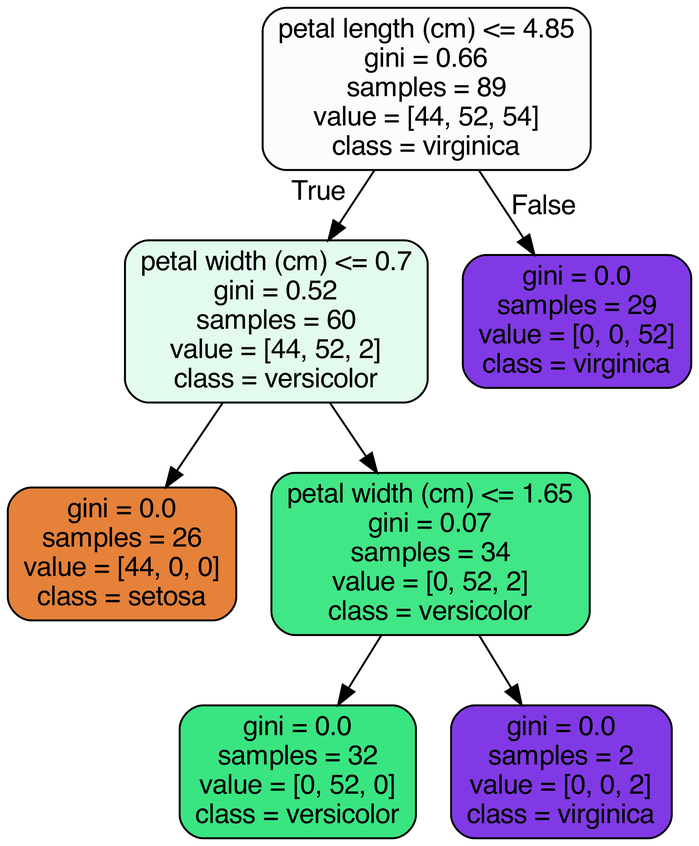
liz-atkin/CovidForest keeps this Graphviz diagram as RandomForest Covid Case Study_06302020/tree.png. Above is the earlier version. Its source is kept beside it as RandomForest Covid Case Study_06302020/tree.dot. Its diagram source:
```dot
digraph Tree {
node [shape=box, style="filled, rounded", color="black", fontname="helvetica"] ;
edge [fontname="helvetica"] ;
0 [label="petal length (cm) <= 4.85\ngini = 0.66\nsamples = 89\nvalue = [44, 52, 54]\nclass = virginica", fillcolor="#fcfbfe"] ;
1 [label="petal width (cm) <= 0.7\ngini = 0.52\nsamples = 60\nvalue = [44, 52, 2]\nclass = versicolor", fillcolor="#e2fbec"] ;
0 -> 1 [labeldistance=2.5, labelangle=45, headlabel="True"] ;
2 [label="gini = 0.0\nsamples = 26\nvalue = [44, 0, 0]\nclass = setosa", fillcolor="#e58139"] ;
1 -> 2 ;
3 [label="petal width (cm) <= 1.65\ngini = 0.07\nsamples = 34\nvalue = [0, 52, 2]\nclass = versicolor", fillcolor="#41e686"] ;
1 -> 3 ;
4 [label="gini = 0.0\nsamples = 32\nvalue = [0, 52, 0]\nclass = versicolor", fillcolor="#39e581"] ;
3 -> 4 ;
5 [label="gini = 0.0\nsamples = 2\nvalue = [0, 0, 2]\nclass = virginica", fillcolor="#8139e5"] ;
3 -> 5 ;
6 [label="gini = 0.0\nsamples = 29\nvalue = [0, 0, 52]\nclass = virginica", fillcolor="#8139e5"] ;
0 -> 6 [labeldistance=2.5, labelangle=-45, headlabel="False"] ;
}
```
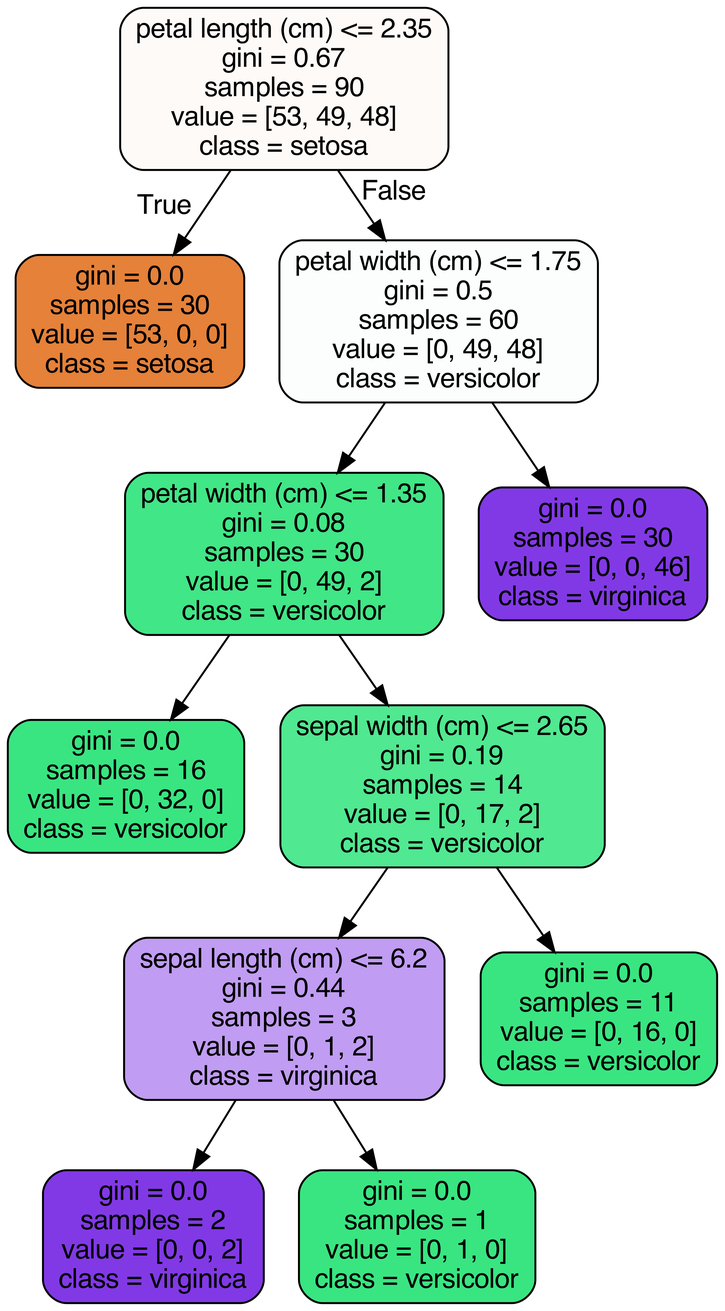
The same diagram one commit later.

The edit, as a diff of the source:
```diff
@@ -1,17 +1,25 @@
 digraph Tree {
 node [shape=box, style="filled, rounded", color="black", fontname="helvetica"] ;
 edge [fontname="helvetica"] ;
-0 [label="petal length (cm) <= 4.85\ngini = 0.66\nsamples = 89\nvalue = [44, 52, 54]\nclass = virginica", fillcolor="#fcfbfe"] ;
-1 [label="petal width (cm) <= 0.7\ngini = 0.52\nsamples = 60\nvalue = [44, 52, 2]\nclass = versicolor", fillcolor="#e2fbec"] ;
+0 [label="petal length (cm) <= 2.35\ngini = 0.67\nsamples = 90\nvalue = [53, 49, 48]\nclass = setosa", fillcolor="#fefaf7"] ;
+1 [label="gini = 0.0\nsamples = 30\nvalue = [53, 0, 0]\nclass = setosa", fillcolor="#e58139"] ;
 0 -> 1 [labeldistance=2.5, labelangle=45, headlabel="True"] ;
-2 [label="gini = 0.0\nsamples = 26\nvalue = [44, 0, 0]\nclass = setosa", fillcolor="#e58139"] ;
-1 -> 2 ;
-3 [label="petal width (cm) <= 1.65\ngini = 0.07\nsamples = 34\nvalue = [0, 52, 2]\nclass = versicolor", fillcolor="#41e686"] ;
-1 -> 3 ;
-4 [label="gini = 0.0\nsamples = 32\nvalue = [0, 52, 0]\nclass = versicolor", fillcolor="#39e581"] ;
+2 [label="petal width (cm) <= 1.75\ngini = 0.5\nsamples = 60\nvalue = [0, 49, 48]\nclass = versicolor", fillcolor="#fbfefc"] ;
+0 -> 2 [labeldistance=2.5, labelangle=-45, headlabel="False"] ;
+3 [label="petal width (cm) <= 1.35\ngini = 0.08\nsamples = 30\nvalue = [0, 49, 2]\nclass = versicolor", fillcolor="#41e686"] ;
+2 -> 3 ;
+4 [label="gini = 0.0\nsamples = 16\nvalue = [0, 32, 0]\nclass = versicolor", fillcolor="#39e581"] ;
 3 -> 4 ;
-5 [label="gini = 0.0\nsamples = 2\nvalue = [0, 0, 2]\nclass = virginica", fillcolor="#8139e5"] ;
+5 [label="sepal width (cm) <= 2.65\ngini = 0.19\nsamples = 14\nvalue = [0, 17, 2]\nclass = versicolor", fillcolor="#50e890"] ;
 3 -> 5 ;
-6 [label="gini = 0.0\nsamples = 29\nvalue = [0, 0, 52]\nclass = virginica", fillcolor="#8139e5"] ;
-0 -> 6 [labeldistance=2.5, labelangle=-45, headlabel="False"] ;
+6 [label="sepal length (cm) <= 6.2\ngini = 0.44\nsamples = 3\nvalue = [0, 1, 2]\nclass = virginica", fillcolor="#c09cf2"] ;
+5 -> 6 ;
+7 [label="gini = 0.0\nsamples = 2\nvalue = [0, 0, 2]\nclass = virginica", fillcolor="#8139e5"] ;
+6 -> 7 ;
+8 [label="gini = 0.0\nsamples = 1\nvalue = [0, 1, 0]\nclass = versicolor", fillcolor="#39e581"] ;
+6 -> 8 ;
+9 [label="gini = 0.0\nsamples = 11\nvalue = [0, 16, 0]\nclass = versicolor", fillcolor="#39e581"] ;
+5 -> 9 ;
+10 [label="gini = 0.0\nsamples = 30\nvalue = [0, 0, 46]\nclass = virginica", fillcolor="#8139e5"] ;
+2 -> 10 ;
 }
```
